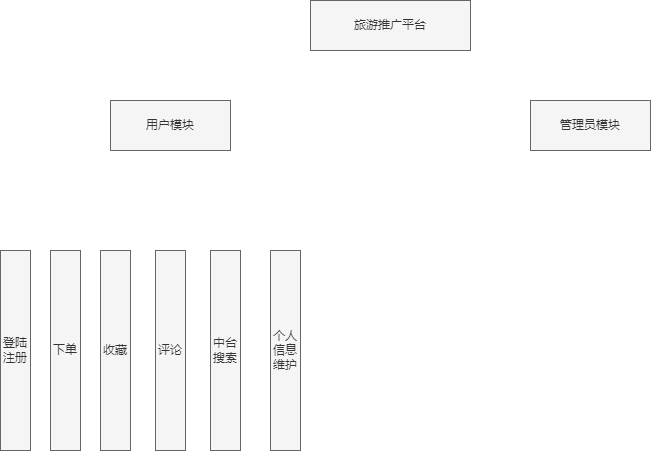
Above: sql/系统功能结构图.png in ren9901/tourism-j2ee-wx (draw.io), before the change. Source tidied: cells renumbered, new cells last; positions are measured from the earlier drawing's top-left corner, leaving out a move shared by most shapes.
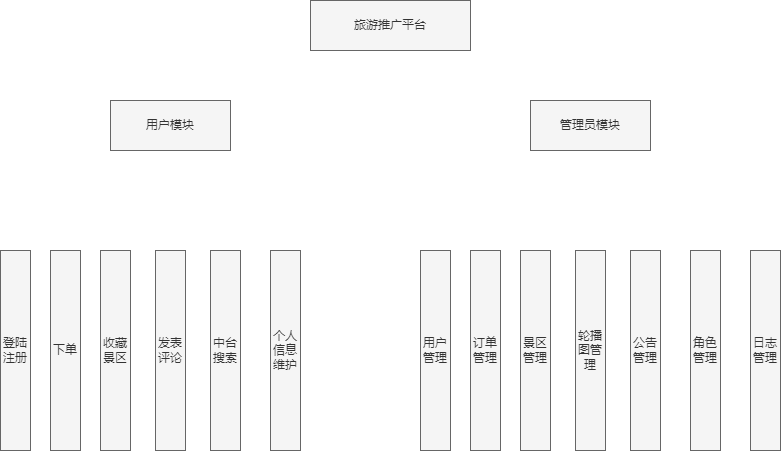
After the commit.

Commit message:
更新系统功能结构图.png

Change to the diagram source:
```diff
@@ -17,10 +17,10 @@
     <mxCell id="6" value="下单" style="rounded=0;whiteSpace=wrap;html=1;fillColor=#f5f5f5;fontColor=#333333;strokeColor=#666666;" parent="1" vertex="1">
       <mxGeometry x="50" y="250" width="30" height="200" as="geometry" />
     </mxCell>
-    <mxCell id="7" value="收藏" style="rounded=0;whiteSpace=wrap;html=1;fillColor=#f5f5f5;fontColor=#333333;strokeColor=#666666;" parent="1" vertex="1">
+    <mxCell id="7" value="收藏景区" style="rounded=0;whiteSpace=wrap;html=1;fillColor=#f5f5f5;fontColor=#333333;strokeColor=#666666;" parent="1" vertex="1">
       <mxGeometry x="100" y="250" width="30" height="200" as="geometry" />
     </mxCell>
-    <mxCell id="8" value="评论" style="rounded=0;whiteSpace=wrap;html=1;fillColor=#f5f5f5;fontColor=#333333;strokeColor=#666666;" parent="1" vertex="1">
+    <mxCell id="8" value="发表评论" style="rounded=0;whiteSpace=wrap;html=1;fillColor=#f5f5f5;fontColor=#333333;strokeColor=#666666;" parent="1" vertex="1">
       <mxGeometry x="155" y="250" width="30" height="200" as="geometry" />
     </mxCell>
     <mxCell id="9" value="中台搜索" style="rounded=0;whiteSpace=wrap;html=1;fillColor=#f5f5f5;fontColor=#333333;strokeColor=#666666;" parent="1" vertex="1">
@@ -29,5 +29,26 @@
     <mxCell id="10" value="个人信息维护" style="rounded=0;whiteSpace=wrap;html=1;fillColor=#f5f5f5;fontColor=#333333;strokeColor=#666666;" parent="1" vertex="1">
       <mxGeometry x="270" y="250" width="30" height="200" as="geometry" />
     </mxCell>
+    <mxCell id="11" value="用户管理" style="rounded=0;whiteSpace=wrap;html=1;fillColor=#f5f5f5;fontColor=#333333;strokeColor=#666666;" parent="1" vertex="1">
+      <mxGeometry x="420" y="250" width="30" height="200" as="geometry" />
+    </mxCell>
+    <mxCell id="12" value="订单管理" style="rounded=0;whiteSpace=wrap;html=1;fillColor=#f5f5f5;fontColor=#333333;strokeColor=#666666;" parent="1" vertex="1">
+      <mxGeometry x="470" y="250" width="30" height="200" as="geometry" />
+    </mxCell>
+    <mxCell id="13" value="景区管理" style="rounded=0;whiteSpace=wrap;html=1;fillColor=#f5f5f5;fontColor=#333333;strokeColor=#666666;" parent="1" vertex="1">
+      <mxGeometry x="520" y="250" width="30" height="200" as="geometry" />
+    </mxCell>
+    <mxCell id="14" value="轮播图管理" style="rounded=0;whiteSpace=wrap;html=1;fillColor=#f5f5f5;fontColor=#333333;strokeColor=#666666;" parent="1" vertex="1">
+      <mxGeometry x="575" y="250" width="30" height="200" as="geometry" />
+    </mxCell>
+    <mxCell id="15" value="公告管理" style="rounded=0;whiteSpace=wrap;html=1;fillColor=#f5f5f5;fontColor=#333333;strokeColor=#666666;" parent="1" vertex="1">
+      <mxGeometry x="630" y="250" width="30" height="200" as="geometry" />
+    </mxCell>
+    <mxCell id="16" value="角色管理" style="rounded=0;whiteSpace=wrap;html=1;fillColor=#f5f5f5;fontColor=#333333;strokeColor=#666666;" parent="1" vertex="1">
+      <mxGeometry x="690" y="250" width="30" height="200" as="geometry" />
+    </mxCell>
+    <mxCell id="17" value="日志管理" style="rounded=0;whiteSpace=wrap;html=1;fillColor=#f5f5f5;fontColor=#333333;strokeColor=#666666;" parent="1" vertex="1">
+      <mxGeometry x="750" y="250" width="30" height="200" as="geometry" />
+    </mxCell>
   </root>
 </mxGraphModel>
```
